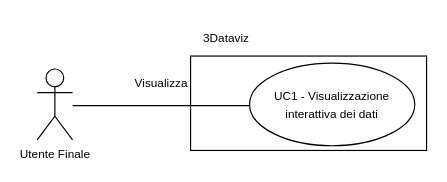
Before: page "UC 1" (1 of 40) of img/adr/UC.drawio in Archi7echs-Team/archi7echs-team.github.io, a draw.io diagram. Source tidied: cells renumbered, new cells numbered last; positions are measured from the earlier drawing's top-left corner, leaving out a move shared by most shapes. Both pictures are drawn from the tidied source at 118%, with x=0, y=0 at pixel (37, 20).
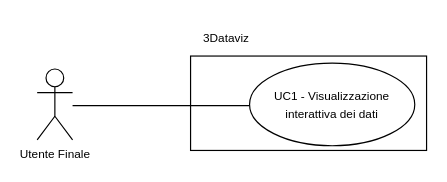
After the change.

Change to the diagram source:
```diff
@@
 <mxGraphModel>
   <root>
     <mxCell id="0" />
     <mxCell id="1" parent="0" />
     <mxCell id="2" value="Utente Finale" style="shape=umlActor;verticalLabelPosition=bottom;verticalAlign=top;html=1;fontSize=10;" parent="1" vertex="1">
       <mxGeometry y="41" width="30" height="60" as="geometry" />
     </mxCell>
     <mxCell id="3" style="rounded=0;whiteSpace=wrap;html=1;fontSize=10;" parent="1" vertex="1">
       <mxGeometry x="130" y="30" width="200" height="80" as="geometry" />
     </mxCell>
     <mxCell id="4" value="3Dataviz" style="text;html=1;align=center;verticalAlign=middle;strokeColor=none;fillColor=none;fontSize=10;" parent="1" vertex="1">
       <mxGeometry x="130" width="60" height="30" as="geometry" />
     </mxCell>
     <mxCell id="5" style="line;strokeWidth=1;fillColor=none;align=left;verticalAlign=middle;spacingTop=-1;spacingLeft=3;spacingRight=3;labelPosition=right;strokeColor=inherit;fontSize=10;" parent="1" vertex="1">
       <mxGeometry x="30" y="68" width="150" height="8" as="geometry" />
     </mxCell>
-    <mxCell id="6" value="Visualizza" style="text;html=1;align=center;verticalAlign=middle;strokeColor=none;fillColor=none;fontSize=10;" parent="1" vertex="1">
-      <mxGeometry x="70" y="38" width="70" height="30" as="geometry" />
-    </mxCell>
     <mxCell id="7" value="&lt;span style=&quot;font-size: 10px;&quot;&gt;UC1 - Visualizzazione interattiva dei dati&lt;/span&gt;" style="ellipse;whiteSpace=wrap;html=1;" parent="1" vertex="1">
       <mxGeometry x="180" y="36" width="140" height="70" as="geometry" />
     </mxCell>
   </root>
 </mxGraphModel>
```
